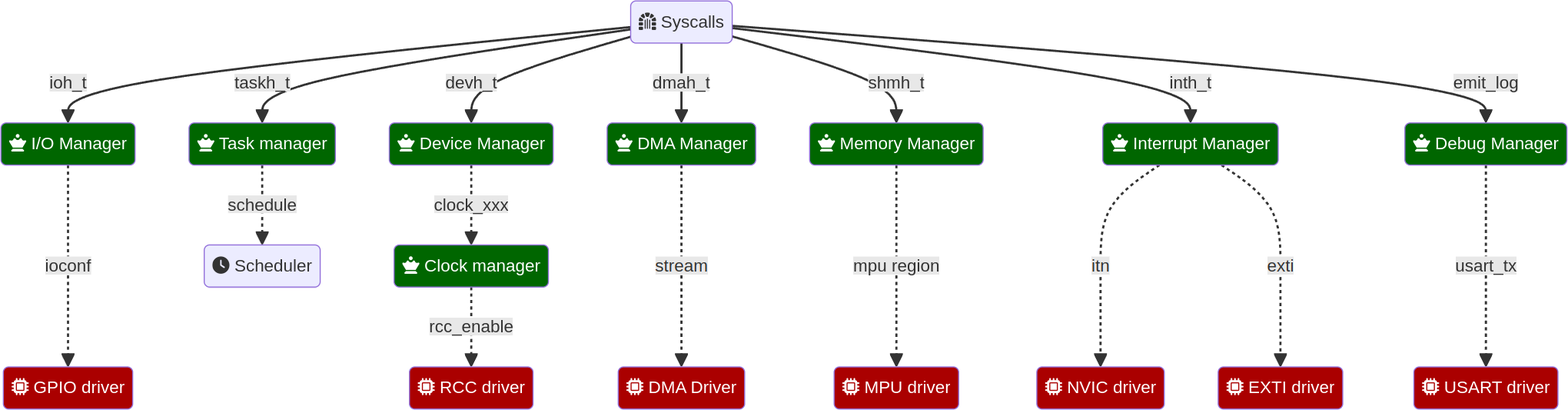
Before: doc/concepts/_static/figures/managers.png, a diagram exported from Mermaid (outpost-os/sentry-kernel). Its source is kept beside it as doc/concepts/_static/figures/managers.mermaid.
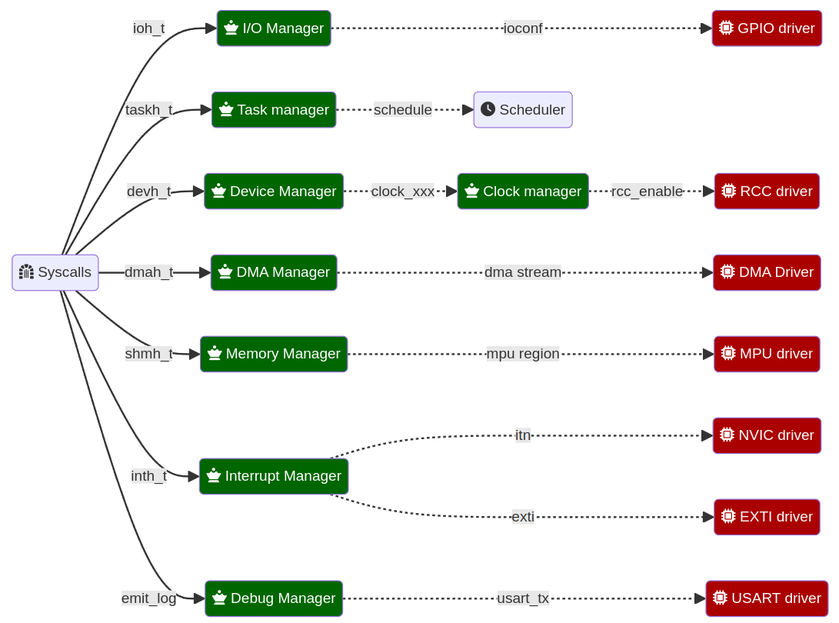
Above is the later version.

What changed in the source:
```diff
@@ -1,4 +1,4 @@
-flowchart TD
+flowchart LR
     A(fa:fa-dungeon Syscalls) -->|ioh_t| B(fa:fa-chess-queen I/O Manager):::manager
     A -->|devh_t| C(fa:fa-chess-queen Device Manager):::manager
     A -->|dmah_t| D(fa:fa-chess-queen DMA Manager):::manager
@@ -11,7 +11,7 @@
     F -..->|itn| M(fa:fa-microchip NVIC driver):::bsp
     F -..->|exti| N(fa:fa-microchip EXTI driver):::bsp
     E -..->|mpu region| O(fa:fa-microchip MPU driver):::bsp
-    D -..->|stream| P(fa:fa-microchip DMA Driver):::bsp
+    D -..->|dma stream| P(fa:fa-microchip DMA Driver):::bsp
     B -..->|ioconf| Q(fa:fa-microchip GPIO driver):::bsp
     G -..->|usart_tx| R(fa:fa-microchip USART driver):::bsp
     H -.->|rcc_enable| S(fa:fa-microchip RCC driver):::bsp
```
